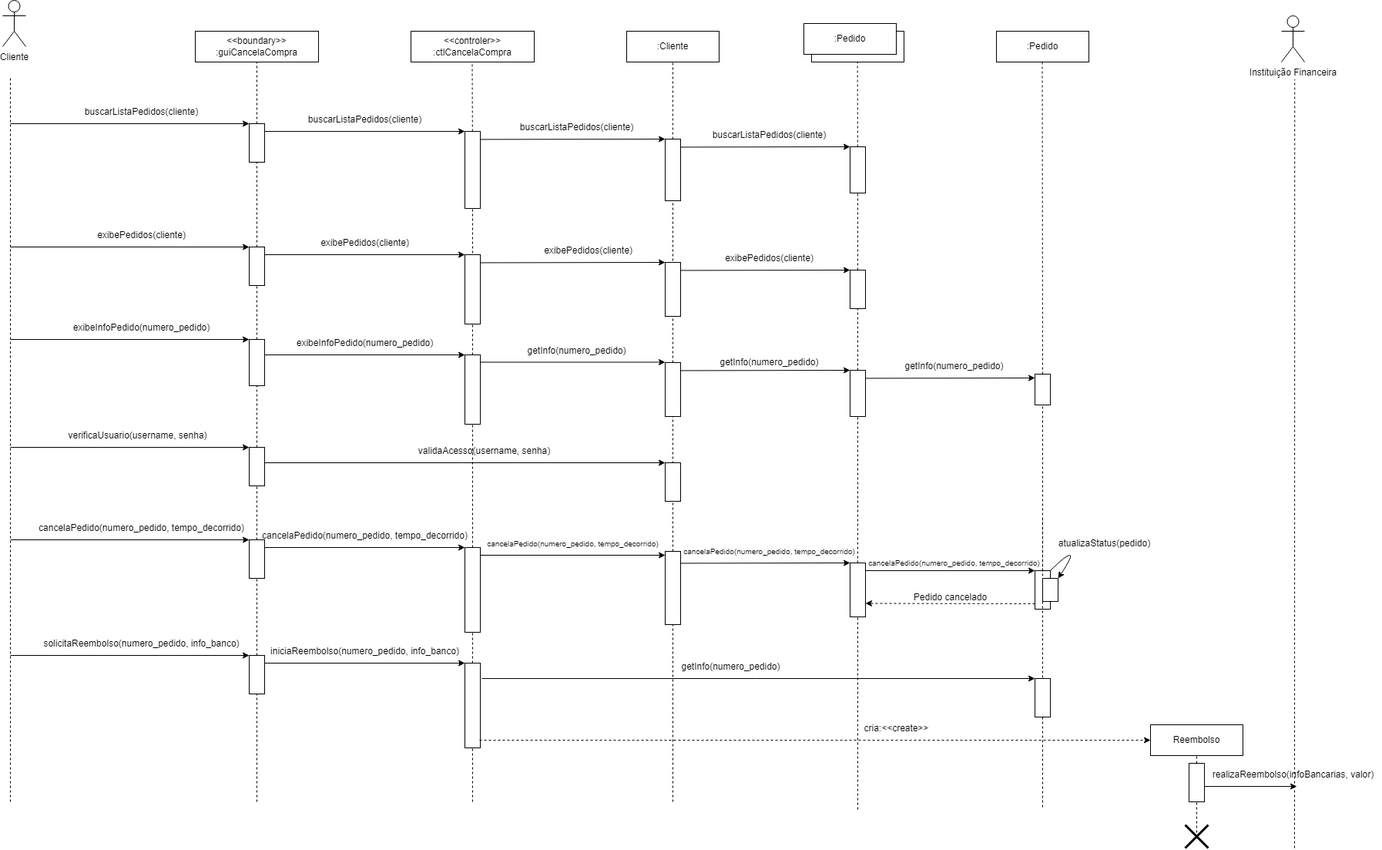
This is ALTERNATIVO Diagrama de Sequencia Expandido.drawio.png from david-pessoa/Livraria_PS, a draw.io export, as it was before one commit. Source tidied: cells renumbered, new cells last; positions are measured from the earlier drawing's top-left corner, leaving out a move shared by most shapes.
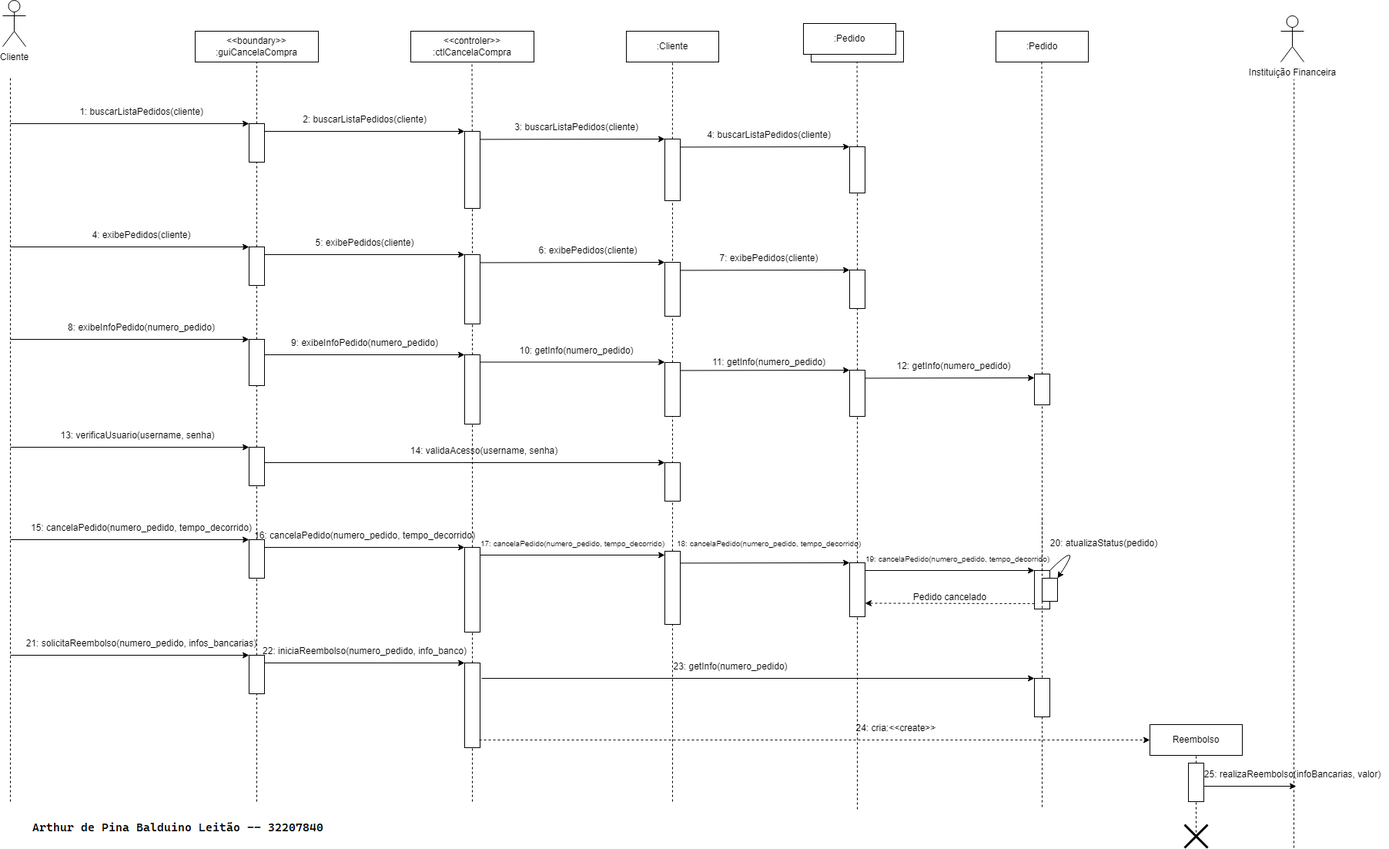
Later version of the same file.

Change to the diagram source:
```diff
@@ -19,8 +19,8 @@
         <mxPoint x="330" y="80" as="targetPoint" />
       </mxGeometry>
     </mxCell>
-    <mxCell id="6" value="buscarListaPedidos(cliente)" style="text;html=1;align=center;verticalAlign=middle;strokeColor=none;fillColor=none;" parent="1" vertex="1">
-      <mxGeometry x="95" y="130" width="170" height="30" as="geometry" />
+    <mxCell id="6" value="1: buscarListaPedidos(cliente)" style="text;html=1;align=center;verticalAlign=middle;strokeColor=none;fillColor=none;" parent="1" vertex="1">
+      <mxGeometry x="90" y="130" width="180" height="30" as="geometry" />
     </mxCell>
     <mxCell id="7" style="endArrow=classic;html=1;rounded=0;" parent="1" edge="1">
       <mxGeometry relative="1" as="geometry">
@@ -28,8 +28,8 @@
         <mxPoint x="320" y="440" as="targetPoint" />
       </mxGeometry>
     </mxCell>
-    <mxCell id="8" value="exibeInfoPedido(numero_pedido)" style="text;html=1;align=center;verticalAlign=middle;strokeColor=none;fillColor=none;" parent="1" vertex="1">
-      <mxGeometry x="80" y="410" width="200" height="30" as="geometry" />
+    <mxCell id="8" value="8: exibeInfoPedido(numero_pedido)" style="text;html=1;align=center;verticalAlign=middle;strokeColor=none;fillColor=none;" parent="1" vertex="1">
+      <mxGeometry x="75" y="410" width="210" height="30" as="geometry" />
     </mxCell>
     <mxCell id="9" style="endArrow=classic;html=1;rounded=0;entryX=0;entryY=0;entryDx=0;entryDy=0;" parent="1" edge="1">
       <mxGeometry relative="1" as="geometry">
@@ -55,8 +55,8 @@
     <mxCell id="14" style="rounded=0;whiteSpace=wrap;html=1;" parent="1" vertex="1">
       <mxGeometry x="320" y="320" width="20" height="50" as="geometry" />
     </mxCell>
-    <mxCell id="15" value="exibePedidos(cliente)" style="text;html=1;align=center;verticalAlign=middle;strokeColor=none;fillColor=none;" parent="1" vertex="1">
-      <mxGeometry x="110" y="290" width="140" height="30" as="geometry" />
+    <mxCell id="15" value="4: exibePedidos(cliente)" style="text;html=1;align=center;verticalAlign=middle;strokeColor=none;fillColor=none;" parent="1" vertex="1">
+      <mxGeometry x="105" y="290" width="150" height="30" as="geometry" />
     </mxCell>
     <mxCell id="16" style="endArrow=classic;html=1;rounded=0;" parent="1" edge="1">
       <mxGeometry relative="1" as="geometry">
@@ -64,8 +64,8 @@
         <mxPoint x="320" y="700" as="targetPoint" />
       </mxGeometry>
     </mxCell>
-    <mxCell id="17" value="cancelaPedido(numero_pedido, tempo_decorrido)" style="text;html=1;align=center;verticalAlign=middle;strokeColor=none;fillColor=none;" parent="1" vertex="1">
-      <mxGeometry x="35" y="670" width="290" height="30" as="geometry" />
+    <mxCell id="17" value="15: cancelaPedido(numero_pedido, tempo_decorrido)" style="text;html=1;align=center;verticalAlign=middle;strokeColor=none;fillColor=none;" parent="1" vertex="1">
+      <mxGeometry x="25" y="670" width="310" height="30" as="geometry" />
     </mxCell>
     <mxCell id="18" style="endArrow=none;dashed=1;html=1;rounded=0;" parent="1" edge="1" source="99" target="19">
       <mxGeometry relative="1" as="geometry" />
@@ -82,8 +82,8 @@
         <mxPoint x="320" y="580" as="targetPoint" />
       </mxGeometry>
     </mxCell>
-    <mxCell id="22" value="verificaUsuario(username, senha)" style="text;html=1;align=center;verticalAlign=middle;strokeColor=none;fillColor=none;" parent="1" vertex="1">
-      <mxGeometry x="75" y="550" width="200" height="30" as="geometry" />
+    <mxCell id="22" value="13: verificaUsuario(username, senha)" style="text;html=1;align=center;verticalAlign=middle;strokeColor=none;fillColor=none;" parent="1" vertex="1">
+      <mxGeometry x="65" y="550" width="220" height="30" as="geometry" />
     </mxCell>
     <mxCell id="23" value="&amp;lt;&amp;lt;controler&amp;gt;&amp;gt;&lt;br&gt;:ctlCancelaCompra" style="rounded=0;whiteSpace=wrap;html=1;" parent="1" vertex="1">
       <mxGeometry x="530" y="40" width="160" height="40" as="geometry" />
@@ -107,8 +107,8 @@
     <mxCell id="28" style="rounded=0;whiteSpace=wrap;html=1;" parent="1" vertex="1">
       <mxGeometry x="600" y="170" width="20" height="100" as="geometry" />
     </mxCell>
-    <mxCell id="29" value="buscarListaPedidos(cliente)" style="text;html=1;align=center;verticalAlign=middle;strokeColor=none;fillColor=none;" parent="1" vertex="1">
-      <mxGeometry x="385" y="140" width="170" height="30" as="geometry" />
+    <mxCell id="29" value="2: buscarListaPedidos(cliente)" style="text;html=1;align=center;verticalAlign=middle;strokeColor=none;fillColor=none;" parent="1" vertex="1">
+      <mxGeometry x="380" y="140" width="180" height="30" as="geometry" />
     </mxCell>
     <mxCell id="30" style="endArrow=none;dashed=1;html=1;rounded=0;" parent="1" edge="1" source="14" target="31">
       <mxGeometry relative="1" as="geometry" />
@@ -132,8 +132,8 @@
         <mxPoint x="870" y="180" as="targetPoint" />
       </mxGeometry>
     </mxCell>
-    <mxCell id="35" value="buscarListaPedidos(cliente)" style="text;html=1;align=center;verticalAlign=middle;strokeColor=none;fillColor=none;" parent="1" vertex="1">
-      <mxGeometry x="660" y="150" width="170" height="30" as="geometry" />
+    <mxCell id="35" value="3: buscarListaPedidos(cliente)" style="text;html=1;align=center;verticalAlign=middle;strokeColor=none;fillColor=none;" parent="1" vertex="1">
+      <mxGeometry x="655" y="150" width="180" height="30" as="geometry" />
     </mxCell>
     <mxCell id="36" style="endArrow=classic;html=1;rounded=0;entryX=0;entryY=0;entryDx=0;entryDy=0;" parent="1" edge="1" target="37">
       <mxGeometry relative="1" as="geometry">
@@ -151,11 +151,11 @@
     <mxCell id="39" style="rounded=0;whiteSpace=wrap;html=1;" parent="1" vertex="1">
       <mxGeometry x="860" y="340" width="20" height="70" as="geometry" />
     </mxCell>
-    <mxCell id="40" value="exibePedidos(cliente)" style="text;html=1;align=center;verticalAlign=middle;strokeColor=none;fillColor=none;" parent="1" vertex="1">
-      <mxGeometry x="400" y="300" width="140" height="30" as="geometry" />
+    <mxCell id="40" value="5: exibePedidos(cliente)" style="text;html=1;align=center;verticalAlign=middle;strokeColor=none;fillColor=none;" parent="1" vertex="1">
+      <mxGeometry x="395" y="300" width="150" height="30" as="geometry" />
     </mxCell>
-    <mxCell id="41" value="exibePedidos(cliente)" style="text;html=1;align=center;verticalAlign=middle;strokeColor=none;fillColor=none;" parent="1" vertex="1">
-      <mxGeometry x="690" y="310" width="140" height="30" as="geometry" />
+    <mxCell id="41" value="6: exibePedidos(cliente)" style="text;html=1;align=center;verticalAlign=middle;strokeColor=none;fillColor=none;" parent="1" vertex="1">
+      <mxGeometry x="685" y="310" width="150" height="30" as="geometry" />
     </mxCell>
     <mxCell id="42" style="endArrow=classic;html=1;rounded=0;" parent="1" edge="1">
       <mxGeometry relative="1" as="geometry">
@@ -163,8 +163,8 @@
         <mxPoint x="860" y="600" as="targetPoint" />
       </mxGeometry>
     </mxCell>
-    <mxCell id="43" value="validaAcesso(username, senha)" style="text;html=1;align=center;verticalAlign=middle;strokeColor=none;fillColor=none;" parent="1" vertex="1">
-      <mxGeometry x="530" y="570" width="190" height="30" as="geometry" />
+    <mxCell id="43" value="14: validaAcesso(username, senha)" style="text;html=1;align=center;verticalAlign=middle;strokeColor=none;fillColor=none;" parent="1" vertex="1">
+      <mxGeometry x="520" y="570" width="210" height="30" as="geometry" />
     </mxCell>
     <mxCell id="44" style="rounded=0;whiteSpace=wrap;html=1;" parent="1" vertex="1">
       <mxGeometry x="860" y="180" width="20" height="80" as="geometry" />
@@ -180,8 +180,8 @@
     <mxCell id="47" style="rounded=0;whiteSpace=wrap;html=1;" parent="1" vertex="1">
       <mxGeometry x="600" y="460" width="20" height="90" as="geometry" />
     </mxCell>
-    <mxCell id="48" value="exibeInfoPedido(numero_pedido)" style="text;html=1;align=center;verticalAlign=middle;strokeColor=none;fillColor=none;" parent="1" vertex="1">
-      <mxGeometry x="370" y="430" width="200" height="30" as="geometry" />
+    <mxCell id="48" value="9: exibeInfoPedido(numero_pedido)" style="text;html=1;align=center;verticalAlign=middle;strokeColor=none;fillColor=none;" parent="1" vertex="1">
+      <mxGeometry x="365" y="430" width="210" height="30" as="geometry" />
     </mxCell>
     <mxCell id="49" style="endArrow=classic;html=1;rounded=0;entryX=0;entryY=0;entryDx=0;entryDy=0;" parent="1" edge="1">
       <mxGeometry relative="1" as="geometry">
@@ -201,11 +201,11 @@
         <mxPoint x="600" y="710" as="targetPoint" />
       </mxGeometry>
     </mxCell>
-    <mxCell id="53" value="cancelaPedido(numero_pedido, tempo_decorrido)" style="text;html=1;align=center;verticalAlign=middle;strokeColor=none;fillColor=none;" parent="1" vertex="1">
-      <mxGeometry x="325" y="680" width="290" height="30" as="geometry" />
+    <mxCell id="53" value="16: cancelaPedido(numero_pedido, tempo_decorrido)" style="text;html=1;align=center;verticalAlign=middle;strokeColor=none;fillColor=none;" parent="1" vertex="1">
+      <mxGeometry x="315" y="680" width="310" height="30" as="geometry" />
     </mxCell>
-    <mxCell id="54" value="getInfo(numero_pedido)" style="text;html=1;align=center;verticalAlign=middle;strokeColor=none;fillColor=none;" parent="1" vertex="1">
-      <mxGeometry x="670" y="440" width="150" height="30" as="geometry" />
+    <mxCell id="54" value="10: getInfo(numero_pedido)" style="text;html=1;align=center;verticalAlign=middle;strokeColor=none;fillColor=none;" parent="1" vertex="1">
+      <mxGeometry x="660" y="440" width="170" height="30" as="geometry" />
     </mxCell>
     <mxCell id="55" style="endArrow=none;dashed=1;html=1;rounded=0;" parent="1" edge="1" target="56">
       <mxGeometry relative="1" as="geometry">
@@ -240,8 +240,8 @@
         <mxPoint x="880" y="190.5" as="sourcePoint" />
       </mxGeometry>
     </mxCell>
-    <mxCell id="64" value="buscarListaPedidos(cliente)" style="text;html=1;align=center;verticalAlign=middle;strokeColor=none;fillColor=none;" parent="1" vertex="1">
-      <mxGeometry x="910" y="160" width="170" height="30" as="geometry" />
+    <mxCell id="64" value="4: buscarListaPedidos(cliente)" style="text;html=1;align=center;verticalAlign=middle;strokeColor=none;fillColor=none;" parent="1" vertex="1">
+      <mxGeometry x="905" y="160" width="180" height="30" as="geometry" />
     </mxCell>
     <mxCell id="65" style="endArrow=none;dashed=1;html=1;rounded=0;" parent="1" edge="1" source="74" target="66">
       <mxGeometry relative="1" as="geometry" />
@@ -255,8 +255,8 @@
         <mxPoint x="1100" y="350" as="targetPoint" />
       </mxGeometry>
     </mxCell>
-    <mxCell id="68" value="exibePedidos(cliente)" style="text;html=1;align=center;verticalAlign=middle;strokeColor=none;fillColor=none;" parent="1" vertex="1">
-      <mxGeometry x="925" y="320" width="140" height="30" as="geometry" />
+    <mxCell id="68" value="7: exibePedidos(cliente)" style="text;html=1;align=center;verticalAlign=middle;strokeColor=none;fillColor=none;" parent="1" vertex="1">
+      <mxGeometry x="920" y="320" width="150" height="30" as="geometry" />
     </mxCell>
     <mxCell id="69" style="endArrow=none;dashed=1;html=1;rounded=0;" parent="1" edge="1" source="72">
       <mxGeometry relative="1" as="geometry">
@@ -287,11 +287,11 @@
         <mxPoint x="1100" y="480" as="targetPoint" />
       </mxGeometry>
     </mxCell>
-    <mxCell id="76" value="getInfo(numero_pedido)" style="text;html=1;align=center;verticalAlign=middle;strokeColor=none;fillColor=none;" parent="1" vertex="1">
-      <mxGeometry x="920" y="455" width="150" height="30" as="geometry" />
+    <mxCell id="76" value="11: getInfo(numero_pedido)" style="text;html=1;align=center;verticalAlign=middle;strokeColor=none;fillColor=none;" parent="1" vertex="1">
+      <mxGeometry x="910" y="455" width="170" height="30" as="geometry" />
     </mxCell>
-    <mxCell id="77" value="getInfo(numero_pedido)" style="text;html=1;align=center;verticalAlign=middle;strokeColor=none;fillColor=none;" parent="1" vertex="1">
-      <mxGeometry x="1160" y="460" width="150" height="30" as="geometry" />
+    <mxCell id="77" value="12: getInfo(numero_pedido)" style="text;html=1;align=center;verticalAlign=middle;strokeColor=none;fillColor=none;" parent="1" vertex="1">
+      <mxGeometry x="1150" y="460" width="170" height="30" as="geometry" />
     </mxCell>
     <mxCell id="78" style="rounded=0;whiteSpace=wrap;html=1;" parent="1" vertex="1">
       <mxGeometry x="860" y="715" width="20" height="95" as="geometry" />
@@ -302,8 +302,8 @@
         <mxPoint x="860" y="720" as="targetPoint" />
       </mxGeometry>
     </mxCell>
-    <mxCell id="80" value="&lt;font style=&quot;font-size: 10px;&quot;&gt;cancelaPedido(numero_pedido, tempo_decorrido)&lt;/font&gt;" style="text;html=1;align=center;verticalAlign=middle;strokeColor=none;fillColor=none;" parent="1" vertex="1">
-      <mxGeometry x="615" y="690" width="250" height="30" as="geometry" />
+    <mxCell id="80" value="&lt;font style=&quot;font-size: 10px;&quot;&gt;17: cancelaPedido(numero_pedido, tempo_decorrido)&lt;/font&gt;" style="text;html=1;align=center;verticalAlign=middle;strokeColor=none;fillColor=none;" parent="1" vertex="1">
+      <mxGeometry x="610" y="690" width="260" height="30" as="geometry" />
     </mxCell>
     <mxCell id="81" style="endArrow=none;dashed=1;html=1;rounded=0;" parent="1" edge="1" target="82">
       <mxGeometry relative="1" as="geometry">
@@ -319,8 +319,8 @@
         <mxPoint x="1100" y="730" as="targetPoint" />
       </mxGeometry>
     </mxCell>
-    <mxCell id="84" value="&lt;font style=&quot;font-size: 10px;&quot;&gt;cancelaPedido(numero_pedido, tempo_decorrido)&lt;/font&gt;" style="text;html=1;align=center;verticalAlign=middle;strokeColor=none;fillColor=none;" parent="1" vertex="1">
-      <mxGeometry x="870" y="700" width="250" height="30" as="geometry" />
+    <mxCell id="84" value="&lt;font style=&quot;font-size: 10px;&quot;&gt;18: cancelaPedido(numero_pedido, tempo_decorrido)&lt;/font&gt;" style="text;html=1;align=center;verticalAlign=middle;strokeColor=none;fillColor=none;" parent="1" vertex="1">
+      <mxGeometry x="865" y="690" width="260" height="30" as="geometry" />
     </mxCell>
     <mxCell id="85" style="endArrow=none;dashed=1;html=1;rounded=0;" parent="1" edge="1" source="105">
       <mxGeometry relative="1" as="geometry">
@@ -336,8 +336,8 @@
         <mxPoint x="1340" y="740" as="targetPoint" />
       </mxGeometry>
     </mxCell>
-    <mxCell id="88" value="&lt;font style=&quot;font-size: 10px;&quot;&gt;cancelaPedido(numero_pedido, tempo_decorrido)&lt;/font&gt;" style="text;html=1;align=center;verticalAlign=middle;strokeColor=none;fillColor=none;" parent="1" vertex="1">
-      <mxGeometry x="1110" y="715" width="250" height="30" as="geometry" />
+    <mxCell id="88" value="&lt;font style=&quot;font-size: 10px;&quot;&gt;19: cancelaPedido(numero_pedido, tempo_decorrido)&lt;/font&gt;" style="text;html=1;align=center;verticalAlign=middle;strokeColor=none;fillColor=none;" parent="1" vertex="1">
+      <mxGeometry x="1110" y="710" width="260" height="30" as="geometry" />
     </mxCell>
     <mxCell id="89" style="endArrow=none;dashed=1;html=1;rounded=0;entryX=0.5;entryY=1;entryDx=0;entryDy=0;" parent="1" edge="1" target="78">
       <mxGeometry relative="1" as="geometry">
@@ -365,8 +365,8 @@
         </Array>
       </mxGeometry>
     </mxCell>
-    <mxCell id="94" value="atualizaStatus(pedido)" style="text;html=1;align=center;verticalAlign=middle;strokeColor=none;fillColor=none;" parent="1" vertex="1">
-      <mxGeometry x="1360" y="690" width="140" height="30" as="geometry" />
+    <mxCell id="94" value="20: atualizaStatus(pedido)" style="text;html=1;align=center;verticalAlign=middle;strokeColor=none;fillColor=none;" parent="1" vertex="1">
+      <mxGeometry x="1350" y="690" width="160" height="30" as="geometry" />
     </mxCell>
     <mxCell id="95" value="Instituição Financeira" style="shape=umlActor;verticalLabelPosition=bottom;verticalAlign=top;html=1;" parent="1" vertex="1">
       <mxGeometry x="1660" y="20" width="30" height="60" as="geometry" />
@@ -377,8 +377,8 @@
         <mxPoint x="320" y="850" as="targetPoint" />
       </mxGeometry>
     </mxCell>
-    <mxCell id="97" value="solicitaReembolso(numero_pedido, info_banco)" style="text;html=1;align=center;verticalAlign=middle;strokeColor=none;fillColor=none;" parent="1" vertex="1">
-      <mxGeometry x="40" y="820" width="280" height="30" as="geometry" />
+    <mxCell id="97" value="21: solicitaReembolso(numero_pedido, infos_bancarias)" style="text;html=1;align=center;verticalAlign=middle;strokeColor=none;fillColor=none;" parent="1" vertex="1">
+      <mxGeometry x="20" y="820" width="320" height="30" as="geometry" />
     </mxCell>
     <mxCell id="98" style="endArrow=none;dashed=1;html=1;rounded=0;" parent="1" edge="1" target="99">
       <mxGeometry relative="1" as="geometry">
@@ -394,8 +394,8 @@
         <mxPoint x="600" y="860" as="targetPoint" />
       </mxGeometry>
     </mxCell>
-    <mxCell id="101" value="iniciaReembolso(numero_pedido, info_banco)" style="text;html=1;align=center;verticalAlign=middle;strokeColor=none;fillColor=none;" parent="1" vertex="1">
-      <mxGeometry x="335" y="830" width="270" height="30" as="geometry" />
+    <mxCell id="101" value="22: iniciaReembolso(numero_pedido, info_banco)" style="text;html=1;align=center;verticalAlign=middle;strokeColor=none;fillColor=none;" parent="1" vertex="1">
+      <mxGeometry x="325" y="830" width="290" height="30" as="geometry" />
     </mxCell>
     <mxCell id="102" style="rounded=0;whiteSpace=wrap;html=1;" parent="1" vertex="1">
       <mxGeometry x="600" y="860" width="20" height="110" as="geometry" />
@@ -413,8 +413,8 @@
     <mxCell id="105" style="rounded=0;whiteSpace=wrap;html=1;" parent="1" vertex="1">
       <mxGeometry x="1340" y="880" width="20" height="50" as="geometry" />
     </mxCell>
-    <mxCell id="106" value="getInfo(numero_pedido)" style="text;html=1;align=center;verticalAlign=middle;strokeColor=none;fillColor=none;" parent="1" vertex="1">
-      <mxGeometry x="870" y="850" width="150" height="30" as="geometry" />
+    <mxCell id="106" value="23: getInfo(numero_pedido)" style="text;html=1;align=center;verticalAlign=middle;strokeColor=none;fillColor=none;" parent="1" vertex="1">
+      <mxGeometry x="860" y="850" width="170" height="30" as="geometry" />
     </mxCell>
     <mxCell id="107" style="endArrow=classic;html=1;rounded=0;dashed=1;entryX=1;entryY=0.75;entryDx=0;entryDy=0;" parent="1" edge="1" target="82">
       <mxGeometry relative="1" as="geometry">
@@ -429,8 +429,8 @@
         <mxPoint x="1490" y="960" as="targetPoint" />
       </mxGeometry>
     </mxCell>
-    <mxCell id="110" value="cria:&amp;lt;&amp;lt;create&amp;gt;&amp;gt;" style="text;html=1;align=center;verticalAlign=middle;strokeColor=none;fillColor=none;" parent="1" vertex="1">
-      <mxGeometry x="1105" y="930" width="110" height="30" as="geometry" />
+    <mxCell id="110" value="24: cria:&amp;lt;&amp;lt;create&amp;gt;&amp;gt;" style="text;html=1;align=center;verticalAlign=middle;strokeColor=none;fillColor=none;" parent="1" vertex="1">
+      <mxGeometry x="1095" y="930" width="130" height="30" as="geometry" />
     </mxCell>
     <mxCell id="111" value="Reembolso" style="html=1;whiteSpace=wrap;" parent="1" vertex="1">
       <mxGeometry x="1490" y="940" width="120" height="40" as="geometry" />
@@ -459,8 +459,8 @@
         <mxPoint x="1680" y="1020" as="targetPoint" />
       </mxGeometry>
     </mxCell>
-    <mxCell id="118" value="realizaReembolso(infoBancarias, valor)" style="text;html=1;align=center;verticalAlign=middle;strokeColor=none;fillColor=none;" parent="1" vertex="1">
-      <mxGeometry x="1560" y="990" width="230" height="30" as="geometry" />
+    <mxCell id="118" value="25: realizaReembolso(infoBancarias, valor)" style="text;html=1;align=center;verticalAlign=middle;strokeColor=none;fillColor=none;" parent="1" vertex="1">
+      <mxGeometry x="1550" y="990" width="250" height="30" as="geometry" />
     </mxCell>
   </root>
 </mxGraphModel>
```
